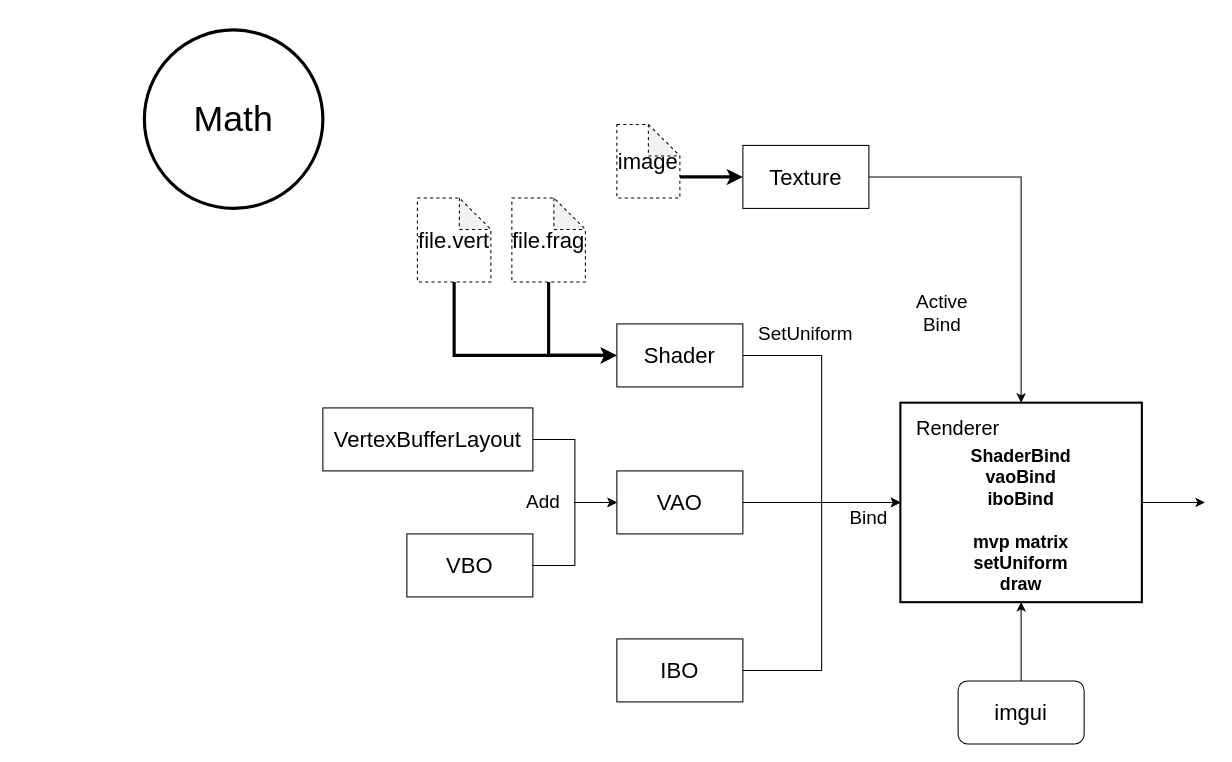
This is OpenGL.drawio from xiaodongYao/DrawIO, a draw.io file, before an edit. Source tidied: cells renumbered, new cells numbered last; positions are measured from the earlier drawing's top-left corner, leaving out a move shared by most shapes. Both pictures are drawn from the tidied source at 105%, with x=0, y=0 at pixel (144, 29).
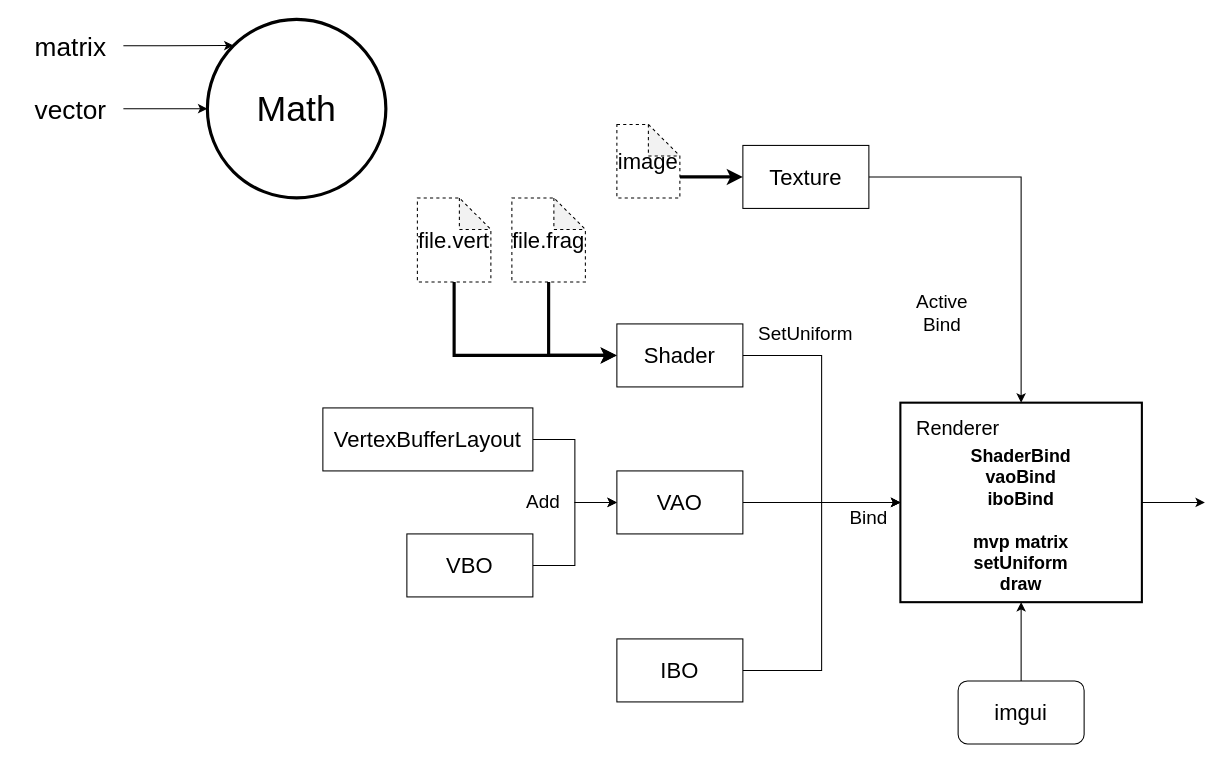
The same diagram, later.

Change to the diagram source:
```diff
@@
     <mxCell id="26" value="Math" style="ellipse;whiteSpace=wrap;html=1;fontSize=34;strokeWidth=3;" parent="1" vertex="1">
-      <mxGeometry width="170" height="170" as="geometry" />
+      <mxGeometry x="60" y="-10" width="170" height="170" as="geometry" />
     </mxCell>
@@
+    <mxCell id="31" style="edgeStyle=orthogonalEdgeStyle;rounded=0;jettySize=auto;html=1;exitX=1;exitY=0.5;exitDx=0;exitDy=0;entryX=0;entryY=0;entryDx=0;entryDy=0;" parent="1" edge="1" source="32" target="26">
+      <mxGeometry relative="1" as="geometry" />
+    </mxCell>
+    <mxCell id="32" value="matrix" style="text;html=1;align=center;verticalAlign=middle;whiteSpace=wrap;rounded=0;fontSize=25;" parent="1" vertex="1">
+      <mxGeometry x="-120" y="-10" width="100" height="50" as="geometry" />
+    </mxCell>
+    <mxCell id="33" style="edgeStyle=orthogonalEdgeStyle;rounded=0;jettySize=auto;html=1;exitX=1;exitY=0.5;exitDx=0;exitDy=0;entryX=0;entryY=0.5;entryDx=0;entryDy=0;" parent="1" edge="1" source="34" target="26">
+      <mxGeometry relative="1" as="geometry" />
+    </mxCell>
+    <mxCell id="34" value="vector" style="text;html=1;align=center;verticalAlign=middle;whiteSpace=wrap;rounded=0;fontSize=25;" parent="1" vertex="1">
+      <mxGeometry x="-120" y="50" width="100" height="50" as="geometry" />
+    </mxCell>
```
